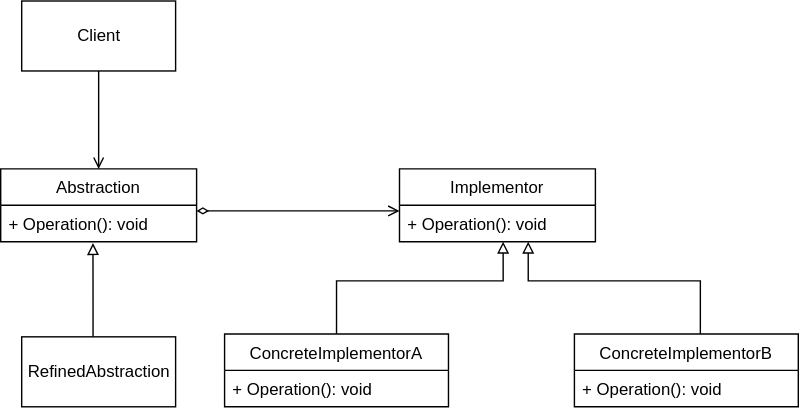
Above: DesignPatternsInCSharp/Structural/Bridge/bridge.svg in adamradocz/DesignPatternsInCSharp (draw.io), before the change. Source tidied: cells renumbered, new cells last; positions are measured from the earlier drawing's top-left corner, leaving out a move shared by most shapes.
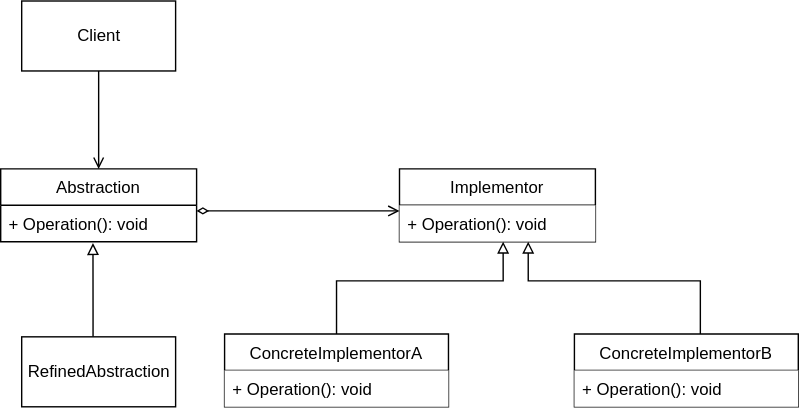
Later version of the same file.

Diff of the diagram source:
```diff
@@ -8,7 +8,7 @@
     <mxCell id="3" value="Client&lt;br&gt;" style="html=1;" parent="1" vertex="1">
       <mxGeometry x="15" width="110" height="50" as="geometry" />
     </mxCell>
-    <mxCell id="4" value="Abstraction" style="swimlane;fontStyle=0;horizontal=1;startSize=26;fillColor=none;" parent="1" vertex="1">
+    <mxCell id="4" value="Abstraction" style="swimlane;fontStyle=0;horizontal=1;startSize=26;fillColor=default;" parent="1" vertex="1">
       <mxGeometry y="120" width="140" height="52" as="geometry" />
     </mxCell>
     <mxCell id="5" value="+ Operation(): void" style="text;strokeColor=none;fillColor=none;align=left;verticalAlign=top;spacingLeft=4;spacingRight=4;overflow=hidden;points=[[0,0.5],[1,0.5]];portConstraint=eastwest;" parent="4" vertex="1">
@@ -28,7 +28,7 @@
     <mxCell id="8" value="Implementor" style="swimlane;fontStyle=0;horizontal=1;startSize=26;fillColor=none;" parent="1" vertex="1">
       <mxGeometry x="285" y="120" width="140" height="52" as="geometry" />
     </mxCell>
-    <mxCell id="9" value="+ Operation(): void" style="text;strokeColor=none;fillColor=none;align=left;verticalAlign=top;spacingLeft=4;spacingRight=4;overflow=hidden;points=[[0,0.5],[1,0.5]];portConstraint=eastwest;" parent="8" vertex="1">
+    <mxCell id="9" value="+ Operation(): void" style="text;strokeColor=none;fillColor=default;align=left;verticalAlign=top;spacingLeft=4;spacingRight=4;overflow=hidden;points=[[0,0.5],[1,0.5]];portConstraint=eastwest;" parent="8" vertex="1">
       <mxGeometry y="26" width="140" height="26" as="geometry" />
     </mxCell>
     <mxCell id="10" style="edgeStyle=orthogonalEdgeStyle;rounded=0;jettySize=auto;html=1;entryX=0.529;entryY=1;entryDx=0;entryDy=0;entryPerimeter=0;endArrow=block;endFill=0;" parent="1" edge="1" source="11" target="9">
@@ -42,7 +42,7 @@
     <mxCell id="11" value="ConcreteImplementorA" style="swimlane;fontStyle=0;horizontal=1;startSize=26;fillColor=none;" parent="1" vertex="1">
       <mxGeometry x="160" y="238" width="160" height="52" as="geometry" />
     </mxCell>
-    <mxCell id="12" value="+ Operation(): void" style="text;strokeColor=none;fillColor=none;align=left;verticalAlign=top;spacingLeft=4;spacingRight=4;overflow=hidden;" parent="11" vertex="1">
+    <mxCell id="12" value="+ Operation(): void" style="text;strokeColor=none;fillColor=default;align=left;verticalAlign=top;spacingLeft=4;spacingRight=4;overflow=hidden;" parent="11" vertex="1">
       <mxGeometry y="26" width="160" height="26" as="geometry" />
     </mxCell>
     <mxCell id="13" style="edgeStyle=orthogonalEdgeStyle;rounded=0;jettySize=auto;html=1;entryX=0.657;entryY=1;entryDx=0;entryDy=0;entryPerimeter=0;endArrow=block;endFill=0;" parent="1" edge="1" source="14" target="9">
@@ -56,7 +56,7 @@
     <mxCell id="14" value="ConcreteImplementorB" style="swimlane;fontStyle=0;horizontal=1;startSize=26;fillColor=none;" parent="1" vertex="1">
       <mxGeometry x="410" y="238" width="160" height="52" as="geometry" />
     </mxCell>
-    <mxCell id="15" value="+ Operation(): void" style="text;strokeColor=none;fillColor=none;align=left;verticalAlign=top;spacingLeft=4;spacingRight=4;overflow=hidden;" parent="14" vertex="1">
+    <mxCell id="15" value="+ Operation(): void" style="text;strokeColor=none;fillColor=default;align=left;verticalAlign=top;spacingLeft=4;spacingRight=4;overflow=hidden;" parent="14" vertex="1">
       <mxGeometry y="26" width="160" height="26" as="geometry" />
     </mxCell>
     <mxCell id="16" style="edgeStyle=orthogonalEdgeStyle;rounded=0;jettySize=auto;html=1;endArrow=open;endFill=0;startArrow=diamondThin;startFill=0;strokeWidth=1;" parent="1" edge="1" source="5">
```
